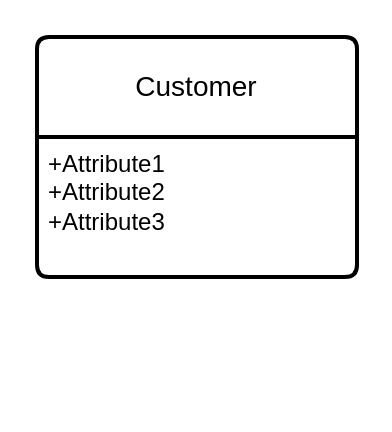
This is Untitled Diagram.drawio from aukduck/deploy-ecommerce, a draw.io file, before an edit. Source tidied: cells renumbered, new cells numbered last; positions are measured from the earlier drawing's top-left corner, leaving out a move shared by most shapes. Both pictures are drawn from the tidied source at 200%, with x=0, y=0 at pixel (36, 36).
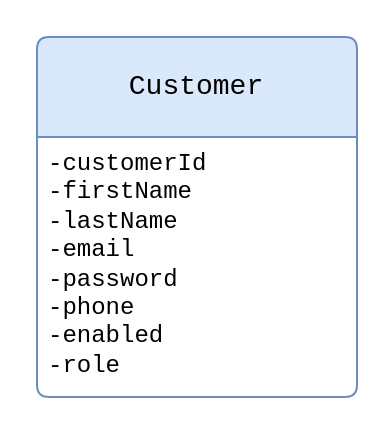
The same diagram, later.

Diff of the diagram source:
```diff
@@
 <mxGraphModel>
   <root>
     <mxCell id="0" />
     <mxCell id="1" parent="0" />
-    <mxCell id="2" value="Customer" style="swimlane;horizontal=1;startSize=50;rounded=1;fontSize=14;fontStyle=0;strokeWidth=2;shadow=0;dashed=0;align=center;arcSize=4;whiteSpace=wrap;html=1;" parent="1" vertex="1">
-      <mxGeometry width="160" height="120" as="geometry" />
+    <mxCell id="2" value="Customer" style="swimlane;horizontal=1;startSize=50;rounded=1;fontSize=14;fontStyle=0;strokeWidth=1;shadow=0;dashed=0;align=center;arcSize=4;fontFamily=Courier New;fillColor=#dae8fc;strokeColor=#6c8ebf;swimlaneFillColor=none;swimlaneLine=1;glass=0;fillStyle=auto;whiteSpace=wrap;html=1;" parent="1" vertex="1">
+      <mxGeometry width="160" height="180" as="geometry" />
     </mxCell>
-    <mxCell id="3" value="+Attribute1&#10;+Attribute2&#10;+Attribute3" style="align=left;strokeColor=none;fillColor=none;spacingLeft=4;fontSize=12;verticalAlign=top;html=1;" parent="2" vertex="1">
-      <mxGeometry y="50" width="160" height="70" as="geometry" />
+    <mxCell id="3" value="&lt;div&gt;-customerId&lt;/div&gt;&lt;div&gt;-firstName&lt;/div&gt;&lt;div&gt;-lastName&lt;br&gt;&lt;/div&gt;&lt;div&gt;-email&lt;/div&gt;&lt;div&gt;-password&lt;/div&gt;&lt;div&gt;-phone&lt;/div&gt;&lt;div&gt;-enabled&lt;/div&gt;&lt;div&gt;-role&lt;/div&gt;" style="align=left;strokeColor=none;fillColor=none;spacingLeft=4;fontSize=12;verticalAlign=top;html=1;fontFamily=Courier New;" parent="2" vertex="1">
+      <mxGeometry y="50" width="160" height="130" as="geometry" />
     </mxCell>
   </root>
 </mxGraphModel>
```
